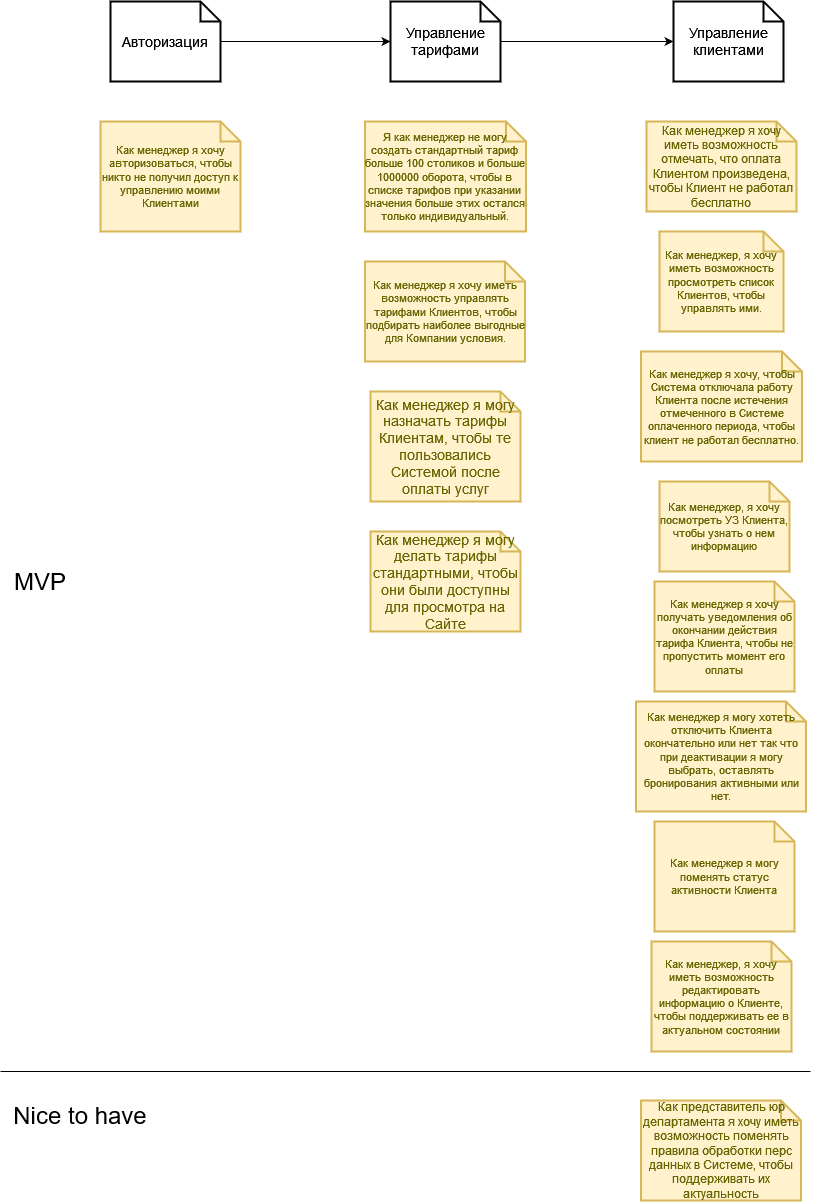
Before: img/us-client-lk.drawio.png, a diagram exported from draw.io (indeec05/course__final). Source tidied: cells renumbered, new cells last; positions are measured from the earlier drawing's top-left corner, leaving out a move shared by most shapes. Its diagram source:
```xml
<mxGraphModel>
  <root>
    <mxCell id="0" />
    <mxCell id="1" parent="0" />
    <mxCell id="2" value="Как менеджер я хочу иметь возможность отмечать, что оплата Клиентом произведена, чтобы Клиент не работал бесплатно" style="shape=note;strokeWidth=2;fontSize=12;size=20;whiteSpace=wrap;fillColor=#fff2cc;strokeColor=#d6b656;fontColor=#666600;spacing=0;labelBackgroundColor=none;" parent="1" vertex="1">
      <mxGeometry x="646" y="120" width="150" height="90" as="geometry" />
    </mxCell>
    <mxCell id="3" value="Я как менеджер не могу создать стандартный тариф больше 100 столиков и больше 1000000 оборота, чтобы в списке тарифов при указании значения больше этих остался только индивидуальный." style="shape=note;strokeWidth=2;fontSize=11;size=20;fillColor=#fff2cc;strokeColor=#d6b656;fontColor=#666600;spacing=0;labelBackgroundColor=none;whiteSpace=wrap;" parent="1" vertex="1">
      <mxGeometry x="364.5" y="120" width="161" height="110" as="geometry" />
    </mxCell>
    <mxCell id="4" value="Как представитель юр департамента я хочу иметь возможность поменять правила обработки перс данных в Системе, чтобы поддерживать их актуальность" style="shape=note;strokeWidth=2;fontSize=12;size=20;whiteSpace=wrap;fillColor=#fff2cc;strokeColor=#d6b656;fontColor=#666600;" parent="1" vertex="1">
      <mxGeometry x="640.5" y="1099" width="160" height="100" as="geometry" />
    </mxCell>
    <mxCell id="5" value="Как менеджер я хочу иметь возможность управлять тарифами Клиентов, чтобы подбирать наиболее выгодные для Компании условия." style="shape=note;strokeWidth=2;fontSize=11;size=20;fillColor=#fff2cc;strokeColor=#d6b656;fontColor=#666600;spacing=0;labelBackgroundColor=none;whiteSpace=wrap;" parent="1" vertex="1">
      <mxGeometry x="364.5" y="260" width="160" height="100" as="geometry" />
    </mxCell>
    <mxCell id="6" value="Как менеджер я хочу получать уведомления об окончании действия тарифа Клиента, чтобы не пропустить момент его оплаты" style="shape=note;strokeWidth=2;fontSize=11;size=20;fillColor=#fff2cc;strokeColor=#d6b656;fontColor=#666600;spacing=0;labelBackgroundColor=none;whiteSpace=wrap;" parent="1" vertex="1">
      <mxGeometry x="654" y="580" width="140" height="110" as="geometry" />
    </mxCell>
    <mxCell id="7" value="Как менеджер я хочу, чтобы Система отключала работу Клиента после истечения отмеченного в Системе оплаченного периода, чтобы клиент не работал бесплатно." style="shape=note;strokeWidth=2;fontSize=11;size=20;fillColor=#fff2cc;strokeColor=#d6b656;fontColor=#666600;spacing=0;labelBackgroundColor=none;whiteSpace=wrap;" parent="1" vertex="1">
      <mxGeometry x="640.5" y="350" width="161" height="110" as="geometry" />
    </mxCell>
    <mxCell id="8" value="Как менеджер, я хочу иметь возможность просмотреть список Клиентов, чтобы управлять ими." style="shape=note;strokeWidth=2;fontSize=11;size=20;fillColor=#fff2cc;strokeColor=#d6b656;fontColor=#666600;spacing=0;labelBackgroundColor=none;whiteSpace=wrap;" parent="1" vertex="1">
      <mxGeometry x="659" y="230" width="124" height="100" as="geometry" />
    </mxCell>
    <mxCell id="9" value="Как менеджер, я хочу посмотреть УЗ Клиента, чтобы узнать о нем информацию" style="shape=note;strokeWidth=2;fontSize=11;size=20;fillColor=#fff2cc;strokeColor=#d6b656;fontColor=#666600;spacing=0;labelBackgroundColor=none;whiteSpace=wrap;" parent="1" vertex="1">
      <mxGeometry x="659" y="480" width="130" height="90" as="geometry" />
    </mxCell>
    <mxCell id="10" value="Как менеджер, я хочу иметь возможность редактировать информацию о Клиенте, чтобы поддерживать ее в актуальном состоянии" style="shape=note;strokeWidth=2;fontSize=11;size=20;fillColor=#fff2cc;strokeColor=#d6b656;fontColor=#666600;spacing=0;labelBackgroundColor=none;whiteSpace=wrap;" parent="1" vertex="1">
      <mxGeometry x="651" y="940" width="140" height="110" as="geometry" />
    </mxCell>
    <mxCell id="11" value="Как менеджер я могу поменять статус активности Клиента" style="shape=note;strokeWidth=2;fontSize=11;size=20;fillColor=#fff2cc;strokeColor=#d6b656;fontColor=#666600;spacing=0;labelBackgroundColor=none;whiteSpace=wrap;" parent="1" vertex="1">
      <mxGeometry x="654" y="820" width="140" height="110" as="geometry" />
    </mxCell>
    <mxCell id="12" value="Как менеджер я могу хотеть отключить Клиента окончательно или нет так что при деактивации я могу выбрать, оставлять бронирования активными или нет." style="shape=note;strokeWidth=2;fontSize=11;size=20;fillColor=#fff2cc;strokeColor=#d6b656;fontColor=#666600;spacing=0;labelBackgroundColor=none;whiteSpace=wrap;" parent="1" vertex="1">
      <mxGeometry x="635.5" y="700" width="170" height="110" as="geometry" />
    </mxCell>
    <mxCell id="13" value="Как менеджер я хочу авторизоваться, чтобы никто не получил доступ к управлению моими Клиентами" style="shape=note;strokeWidth=2;fontSize=11;size=20;fillColor=#fff2cc;strokeColor=#d6b656;fontColor=#666600;spacing=0;labelBackgroundColor=none;whiteSpace=wrap;" parent="1" vertex="1">
      <mxGeometry x="100" y="120" width="140" height="110" as="geometry" />
    </mxCell>
    <mxCell id="14" style="edgeStyle=orthogonalEdgeStyle;rounded=0;jettySize=auto;html=1;fontSize=12;" parent="1" edge="1" source="15" target="17">
      <mxGeometry relative="1" as="geometry" />
    </mxCell>
    <mxCell id="15" value="Авторизация" style="shape=note;strokeWidth=2;fontSize=14;size=20;whiteSpace=wrap;html=1;" parent="1" vertex="1">
      <mxGeometry x="110" width="110" height="80" as="geometry" />
    </mxCell>
    <mxCell id="16" style="edgeStyle=orthogonalEdgeStyle;rounded=0;jettySize=auto;html=1;fontSize=12;" parent="1" edge="1" source="17" target="18">
      <mxGeometry relative="1" as="geometry" />
    </mxCell>
    <mxCell id="17" value="Управление тарифами" style="shape=note;strokeWidth=2;fontSize=14;size=20;whiteSpace=wrap;html=1;" parent="1" vertex="1">
      <mxGeometry x="390" width="110" height="80" as="geometry" />
    </mxCell>
    <mxCell id="18" value="Управление клиентами" style="shape=note;strokeWidth=2;fontSize=14;size=20;whiteSpace=wrap;html=1;" parent="1" vertex="1">
      <mxGeometry x="673" width="110" height="80" as="geometry" />
    </mxCell>
    <mxCell id="19" style="edgeStyle=orthogonalEdgeStyle;rounded=0;orthogonalLoop=1;jettySize=auto;html=1;exitX=0.5;exitY=1;exitDx=0;exitDy=0;exitPerimeter=0;fontSize=12;" parent="1" edge="1" source="9" target="9">
      <mxGeometry relative="1" as="geometry" />
    </mxCell>
    <mxCell id="20" value="Как менеджер я могу назначать тарифы Клиентам, чтобы те пользовались Системой после оплаты услуг" style="shape=note;strokeWidth=2;fontSize=14;size=20;whiteSpace=wrap;fillColor=#fff2cc;strokeColor=#d6b656;fontColor=#666600;" parent="1" vertex="1">
      <mxGeometry x="370" y="390" width="150" height="110" as="geometry" />
    </mxCell>
    <mxCell id="21" value="Как менеджер я могу делать тарифы стандартными, чтобы они были доступны для просмотра на Сайте" style="shape=note;strokeWidth=2;fontSize=14;size=20;whiteSpace=wrap;fillColor=#fff2cc;strokeColor=#d6b656;fontColor=#666600;" parent="1" vertex="1">
      <mxGeometry x="370" y="530" width="150" height="100" as="geometry" />
    </mxCell>
    <mxCell id="22" style="endArrow=none;html=1;rounded=0;fontSize=12;" parent="1" edge="1">
      <mxGeometry relative="1" as="geometry">
        <mxPoint y="1070" as="sourcePoint" />
        <mxPoint x="810" y="1070" as="targetPoint" />
      </mxGeometry>
    </mxCell>
    <mxCell id="23" value="MVP" style="text;html=1;strokeColor=none;fillColor=none;align=center;verticalAlign=middle;whiteSpace=wrap;rounded=0;labelBackgroundColor=none;fontSize=24;" parent="1" vertex="1">
      <mxGeometry x="10" y="565" width="60" height="30" as="geometry" />
    </mxCell>
    <mxCell id="24" value="Nice to have" style="text;html=1;strokeColor=none;fillColor=none;align=center;verticalAlign=middle;whiteSpace=wrap;rounded=0;labelBackgroundColor=none;fontSize=24;" parent="1" vertex="1">
      <mxGeometry x="10" y="1099" width="140" height="30" as="geometry" />
    </mxCell>
  </root>
</mxGraphModel>
```
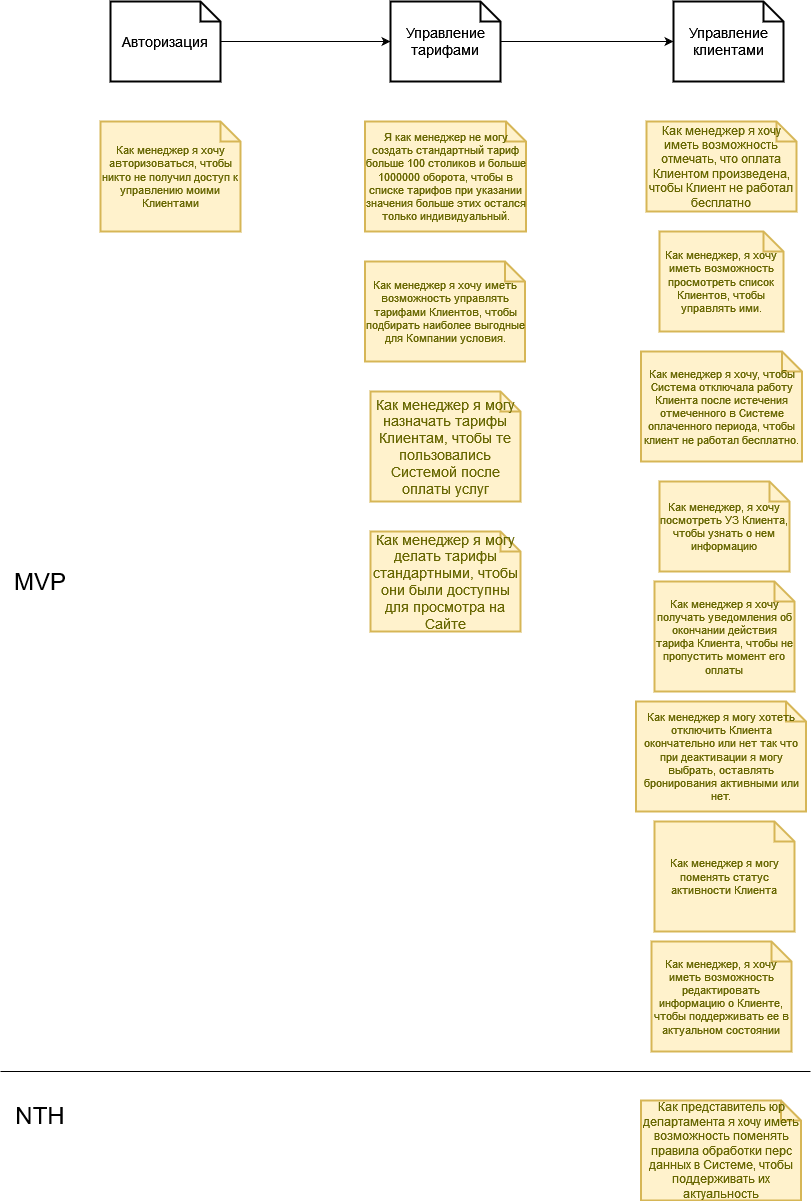
Above is the later version.

What changed in the source:
```diff
@@ -71,8 +71,8 @@
     <mxCell id="23" value="MVP" style="text;html=1;strokeColor=none;fillColor=none;align=center;verticalAlign=middle;whiteSpace=wrap;rounded=0;labelBackgroundColor=none;fontSize=24;" parent="1" vertex="1">
       <mxGeometry x="10" y="565" width="60" height="30" as="geometry" />
     </mxCell>
-    <mxCell id="24" value="Nice to have" style="text;html=1;strokeColor=none;fillColor=none;align=center;verticalAlign=middle;whiteSpace=wrap;rounded=0;labelBackgroundColor=none;fontSize=24;" parent="1" vertex="1">
-      <mxGeometry x="10" y="1099" width="140" height="30" as="geometry" />
+    <mxCell id="24" value="NTH" style="text;html=1;strokeColor=none;fillColor=none;align=center;verticalAlign=middle;whiteSpace=wrap;rounded=0;labelBackgroundColor=none;fontSize=24;" parent="1" vertex="1">
+      <mxGeometry x="10" y="1099" width="60" height="30" as="geometry" />
     </mxCell>
   </root>
 </mxGraphModel>
```
